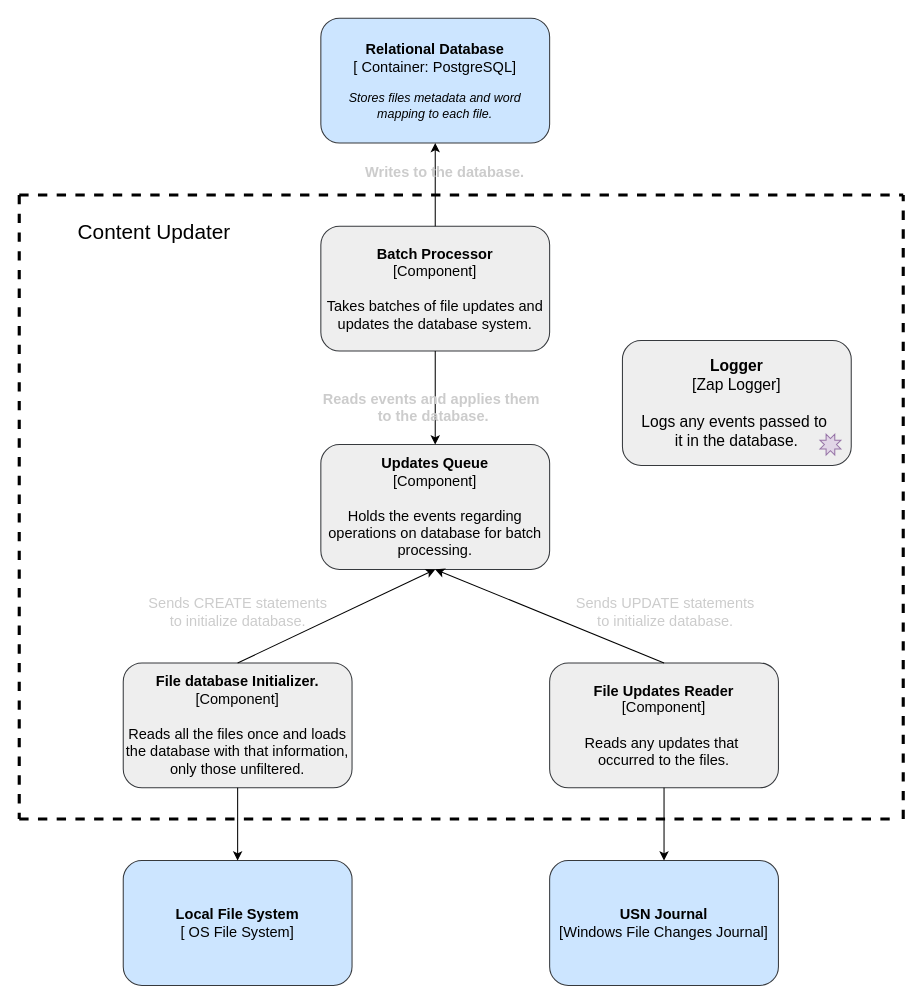
Earlier version of the draw.io diagram docs/content_updater_component.drawio (Raul072103/Search-Engine-File-System). Source tidied: cells renumbered, new cells numbered last; positions are measured from the earlier drawing's top-left corner, leaving out a move shared by most shapes. Both pictures are drawn from the tidied source at 104%, with x=0, y=0 at pixel (19, 18).
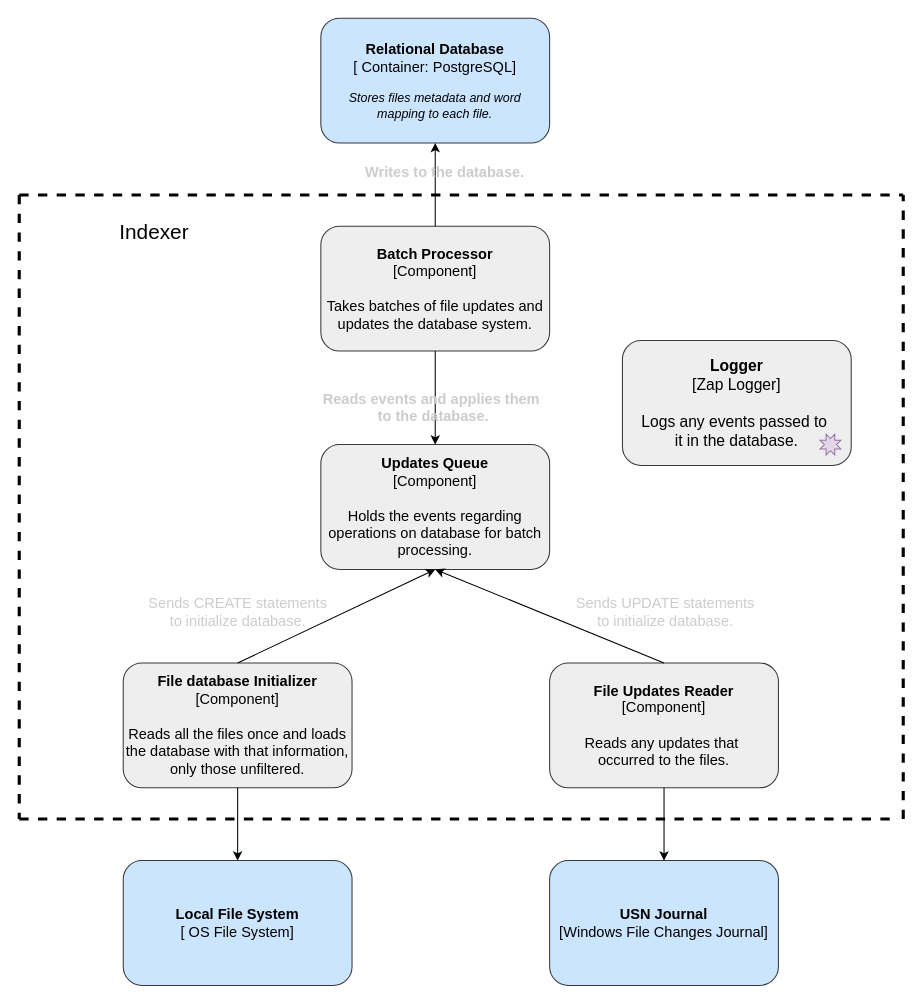
The same diagram, later.

Diff of the diagram source:
```diff
@@
-    <mxCell id="5" value="&lt;span style=&quot;font-size: 14px; background-color: initial;&quot;&gt;&lt;b&gt;File database Initializer.&lt;br&gt;&lt;/b&gt;[Component]&lt;br&gt;&lt;br&gt;Reads all the files once and loads the database with that information, only those unfiltered.&lt;br&gt;&lt;/span&gt;" style="rounded=1;whiteSpace=wrap;html=1;fillColor=#eeeeee;strokeColor=#36393d;" parent="1" vertex="1">
+    <mxCell id="5" value="&lt;span style=&quot;font-size: 14px; background-color: initial;&quot;&gt;&lt;b&gt;File database Initializer&lt;br&gt;&lt;/b&gt;[Component]&lt;br&gt;&lt;br&gt;Reads all the files once and loads the database with that information, only those unfiltered.&lt;br&gt;&lt;/span&gt;" style="rounded=1;whiteSpace=wrap;html=1;fillColor=#eeeeee;strokeColor=#36393d;" parent="1" vertex="1">
       <mxGeometry x="100" y="620" width="220" height="120" as="geometry" />
     </mxCell>
@@
-    <mxCell id="25" value="&lt;font style=&quot;font-size: 20px;&quot;&gt;Content Updater&lt;/font&gt;" style="text;html=1;strokeColor=none;fillColor=none;align=center;verticalAlign=middle;whiteSpace=wrap;rounded=0;fontSize=20;" parent="1" vertex="1">
+    <mxCell id="25" value="&lt;font style=&quot;font-size: 20px;&quot;&gt;Indexer&lt;/font&gt;" style="text;html=1;strokeColor=none;fillColor=none;align=center;verticalAlign=middle;whiteSpace=wrap;rounded=0;fontSize=20;" parent="1" vertex="1">
       <mxGeometry x="20" y="190" width="220" height="30" as="geometry" />
     </mxCell>
```
